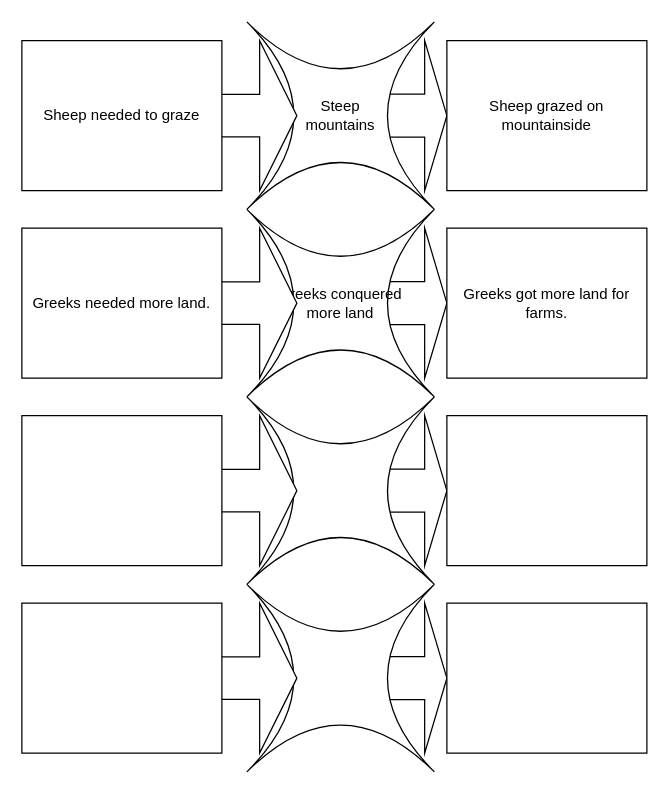
Before: causeeffect.drawio in mechanikate/diagrams, a draw.io diagram. Source tidied: cells renumbered, new cells numbered last; positions are measured from the earlier drawing's top-left corner, leaving out a move shared by most shapes. Both pictures are drawn from the tidied source at 125%, with x=0, y=0 at pixel (21, 21).
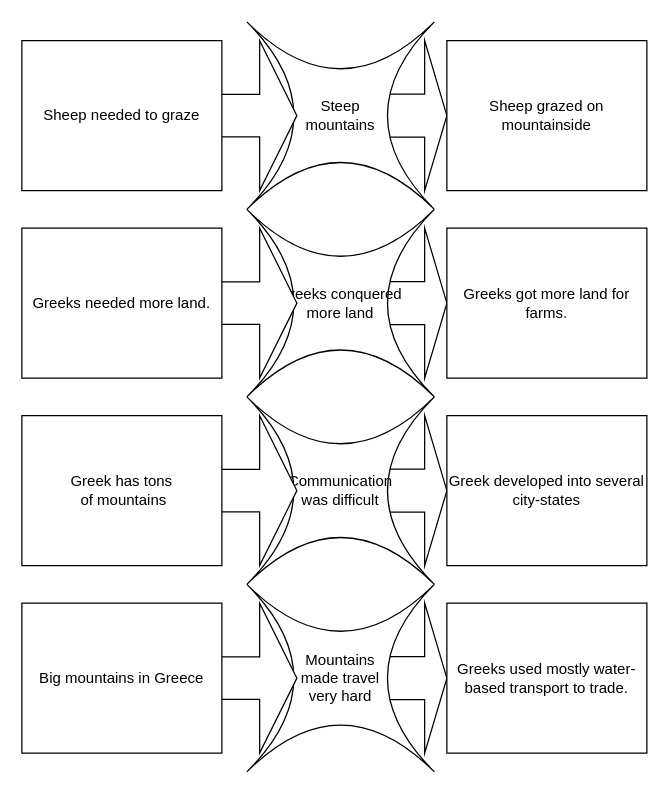
The same page after the edit.

What changed in the source:
```diff
@@
-    <mxCell id="13" style="shape=switch;whiteSpace=wrap;html=1;" parent="1" vertex="1">
+    <mxCell id="13" value="Communication &lt;br&gt;was difficult" style="shape=switch;whiteSpace=wrap;html=1;" parent="1" vertex="1">
       <mxGeometry x="180" y="300" width="150" height="150" as="geometry" />
     </mxCell>
@@
-    <mxCell id="15" style="rounded=0;whiteSpace=wrap;html=1;" parent="1" vertex="1">
+    <mxCell id="15" value="Greek developed into several city-states" style="rounded=0;whiteSpace=wrap;html=1;" parent="1" vertex="1">
       <mxGeometry x="340" y="315" width="160" height="120" as="geometry" />
     </mxCell>
@@
-    <mxCell id="17" style="shape=switch;whiteSpace=wrap;html=1;" parent="1" vertex="1">
+    <mxCell id="17" value="Mountains&lt;br&gt;made travel&lt;br&gt;very hard" style="shape=switch;whiteSpace=wrap;html=1;" parent="1" vertex="1">
       <mxGeometry x="180" y="450" width="150" height="150" as="geometry" />
     </mxCell>
@@
-    <mxCell id="19" style="rounded=0;whiteSpace=wrap;html=1;" parent="1" vertex="1">
+    <mxCell id="19" value="Greeks used mostly water-based transport to trade." style="rounded=0;whiteSpace=wrap;html=1;" parent="1" vertex="1">
       <mxGeometry x="340" y="465" width="160" height="120" as="geometry" />
     </mxCell>
-    <mxCell id="20" style="rounded=0;whiteSpace=wrap;html=1;" parent="1" vertex="1">
+    <mxCell id="20" value="Greek has tons&lt;br&gt;&amp;nbsp;of mountains" style="rounded=0;whiteSpace=wrap;html=1;" parent="1" vertex="1">
       <mxGeometry y="315" width="160" height="120" as="geometry" />
     </mxCell>
-    <mxCell id="21" style="rounded=0;whiteSpace=wrap;html=1;" parent="1" vertex="1">
+    <mxCell id="21" value="Big mountains in Greece" style="rounded=0;whiteSpace=wrap;html=1;" parent="1" vertex="1">
       <mxGeometry y="465" width="160" height="120" as="geometry" />
     </mxCell>
```
